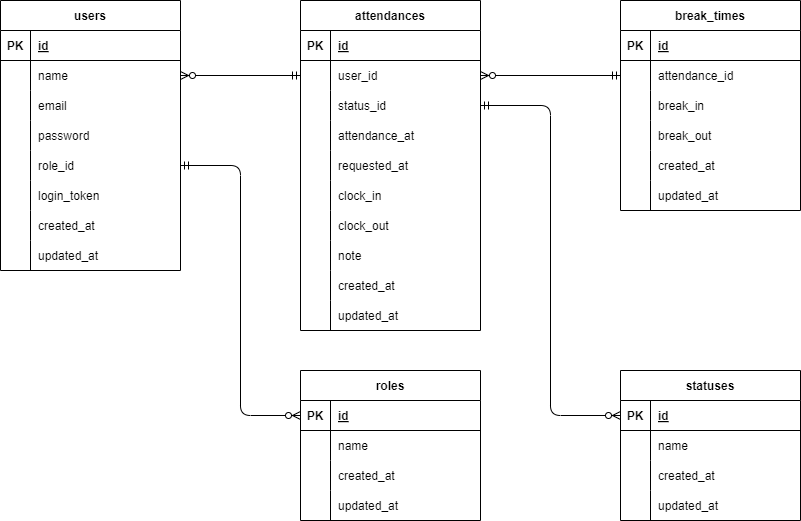
Before: diagram/ER/.drawio.png, a diagram exported from draw.io (Shun-Adachi/coachtech-attendance-management). Source tidied: cells renumbered, new cells last; positions are measured from the earlier drawing's top-left corner, leaving out a move shared by most shapes.
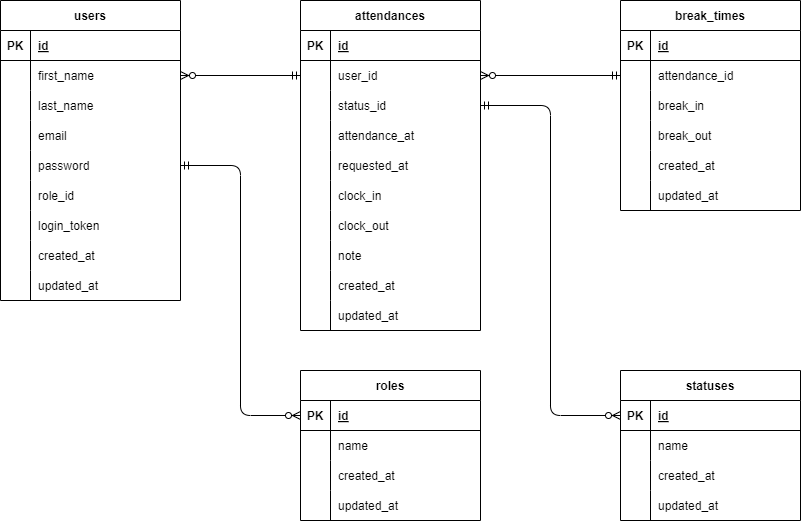
Above is the later version.

What changed in the source:
```diff
@@ -3,7 +3,7 @@
     <mxCell id="0" />
     <mxCell id="1" parent="0" />
     <mxCell id="2" value="users" style="shape=table;startSize=30;rowLines=0;fontStyle=1;align=center;" parent="1" vertex="1">
-      <mxGeometry width="180" height="270" as="geometry" />
+      <mxGeometry width="180" height="300" as="geometry" />
     </mxCell>
     <mxCell id="3" style="shape=tableRow;horizontal=0;startSize=0;swimlaneHead=0;swimlaneBody=0;fillColor=none;top=0;left=0;right=0;bottom=1;" parent="2" vertex="1">
       <mxGeometry y="30" width="180" height="30" as="geometry" />
@@ -20,7 +20,7 @@
     <mxCell id="7" style="shape=partialRectangle;fillColor=none;top=0;left=0;bottom=0;right=0;overflow=hidden;" parent="6" vertex="1">
       <mxGeometry width="30" height="30" as="geometry" />
     </mxCell>
-    <mxCell id="8" value="name" style="shape=partialRectangle;fillColor=none;top=0;left=0;bottom=0;right=0;align=left;spacingLeft=6;overflow=hidden;" parent="6" vertex="1">
+    <mxCell id="8" value="first_name" style="shape=partialRectangle;fillColor=none;top=0;left=0;bottom=0;right=0;align=left;spacingLeft=6;overflow=hidden;" parent="6" vertex="1">
       <mxGeometry x="30" width="150" height="30" as="geometry" />
     </mxCell>
     <mxCell id="9" style="shape=tableRow;horizontal=0;startSize=0;swimlaneHead=0;swimlaneBody=0;fillColor=none;top=0;left=0;right=0;bottom=0;" parent="2" vertex="1">
@@ -29,7 +29,7 @@
     <mxCell id="10" style="shape=partialRectangle;fillColor=none;top=0;left=0;bottom=0;right=0;overflow=hidden;" parent="9" vertex="1">
       <mxGeometry width="30" height="30" as="geometry" />
     </mxCell>
-    <mxCell id="11" value="email" style="shape=partialRectangle;fillColor=none;top=0;left=0;bottom=0;right=0;align=left;spacingLeft=6;overflow=hidden;" parent="9" vertex="1">
+    <mxCell id="11" value="last_name" style="shape=partialRectangle;fillColor=none;top=0;left=0;bottom=0;right=0;align=left;spacingLeft=6;overflow=hidden;" parent="9" vertex="1">
       <mxGeometry x="30" width="150" height="30" as="geometry" />
     </mxCell>
     <mxCell id="12" style="shape=tableRow;horizontal=0;startSize=0;swimlaneHead=0;swimlaneBody=0;fillColor=none;top=0;left=0;right=0;bottom=0;" parent="2" vertex="1">
@@ -38,7 +38,7 @@
     <mxCell id="13" style="shape=partialRectangle;fillColor=none;top=0;left=0;bottom=0;right=0;overflow=hidden;" parent="12" vertex="1">
       <mxGeometry width="30" height="30" as="geometry" />
     </mxCell>
-    <mxCell id="14" value="password" style="shape=partialRectangle;fillColor=none;top=0;left=0;bottom=0;right=0;align=left;spacingLeft=6;overflow=hidden;" parent="12" vertex="1">
+    <mxCell id="14" value="email" style="shape=partialRectangle;fillColor=none;top=0;left=0;bottom=0;right=0;align=left;spacingLeft=6;overflow=hidden;" parent="12" vertex="1">
       <mxGeometry x="30" width="150" height="30" as="geometry" />
     </mxCell>
     <mxCell id="15" style="shape=tableRow;horizontal=0;startSize=0;swimlaneHead=0;swimlaneBody=0;fillColor=none;points=[[0,0.5],[1,0.5]];portConstraint=eastwest;top=0;left=0;right=0;bottom=0;" parent="2" vertex="1">
@@ -47,7 +47,7 @@
     <mxCell id="16" style="shape=partialRectangle;fillColor=none;top=0;left=0;bottom=0;right=0;overflow=hidden;" parent="15" vertex="1">
       <mxGeometry width="30" height="30" as="geometry" />
     </mxCell>
-    <mxCell id="17" value="role_id" style="shape=partialRectangle;fillColor=none;top=0;left=0;bottom=0;right=0;align=left;spacingLeft=6;overflow=hidden;" parent="15" vertex="1">
+    <mxCell id="17" value="password" style="shape=partialRectangle;fillColor=none;top=0;left=0;bottom=0;right=0;align=left;spacingLeft=6;overflow=hidden;" parent="15" vertex="1">
       <mxGeometry x="30" width="150" height="30" as="geometry" />
     </mxCell>
     <mxCell id="18" style="shape=tableRow;horizontal=0;startSize=0;swimlaneHead=0;swimlaneBody=0;fillColor=none;top=0;left=0;right=0;bottom=0;" parent="2" vertex="1">
@@ -56,7 +56,7 @@
     <mxCell id="19" style="shape=partialRectangle;fillColor=none;top=0;left=0;bottom=0;right=0;overflow=hidden;" parent="18" vertex="1">
       <mxGeometry width="30" height="30" as="geometry" />
     </mxCell>
-    <mxCell id="20" value="login_token" style="shape=partialRectangle;fillColor=none;top=0;left=0;bottom=0;right=0;align=left;spacingLeft=6;overflow=hidden;" parent="18" vertex="1">
+    <mxCell id="20" value="role_id" style="shape=partialRectangle;fillColor=none;top=0;left=0;bottom=0;right=0;align=left;spacingLeft=6;overflow=hidden;" parent="18" vertex="1">
       <mxGeometry x="30" width="150" height="30" as="geometry" />
     </mxCell>
     <mxCell id="21" style="shape=tableRow;horizontal=0;startSize=0;swimlaneHead=0;swimlaneBody=0;fillColor=none;top=0;left=0;right=0;bottom=0;" parent="2" vertex="1">
@@ -65,7 +65,7 @@
     <mxCell id="22" style="shape=partialRectangle;fillColor=none;top=0;left=0;bottom=0;right=0;overflow=hidden;" parent="21" vertex="1">
       <mxGeometry width="30" height="30" as="geometry" />
     </mxCell>
-    <mxCell id="23" value="created_at" style="shape=partialRectangle;fillColor=none;top=0;left=0;bottom=0;right=0;align=left;spacingLeft=6;overflow=hidden;" parent="21" vertex="1">
+    <mxCell id="23" value="login_token" style="shape=partialRectangle;fillColor=none;top=0;left=0;bottom=0;right=0;align=left;spacingLeft=6;overflow=hidden;" parent="21" vertex="1">
       <mxGeometry x="30" width="150" height="30" as="geometry" />
     </mxCell>
     <mxCell id="24" style="shape=tableRow;horizontal=0;startSize=0;swimlaneHead=0;swimlaneBody=0;fillColor=none;top=0;left=0;right=0;bottom=0;" parent="2" vertex="1">
@@ -74,9 +74,18 @@
     <mxCell id="25" style="shape=partialRectangle;fillColor=none;top=0;left=0;bottom=0;right=0;overflow=hidden;" parent="24" vertex="1">
       <mxGeometry width="30" height="30" as="geometry" />
     </mxCell>
-    <mxCell id="26" value="updated_at" style="shape=partialRectangle;fillColor=none;top=0;left=0;bottom=0;right=0;align=left;spacingLeft=6;overflow=hidden;" parent="24" vertex="1">
+    <mxCell id="26" value="created_at" style="shape=partialRectangle;fillColor=none;top=0;left=0;bottom=0;right=0;align=left;spacingLeft=6;overflow=hidden;" parent="24" vertex="1">
       <mxGeometry x="30" width="150" height="30" as="geometry" />
     </mxCell>
+    <mxCell id="107" style="shape=tableRow;horizontal=0;startSize=0;swimlaneHead=0;swimlaneBody=0;fillColor=none;top=0;left=0;right=0;bottom=0;" parent="2" vertex="1">
+      <mxGeometry y="270" width="180" height="30" as="geometry" />
+    </mxCell>
+    <mxCell id="108" style="shape=partialRectangle;fillColor=none;top=0;left=0;bottom=0;right=0;overflow=hidden;" parent="107" vertex="1">
+      <mxGeometry width="30" height="30" as="geometry" />
+    </mxCell>
+    <mxCell id="109" value="updated_at" style="shape=partialRectangle;fillColor=none;top=0;left=0;bottom=0;right=0;align=left;spacingLeft=6;overflow=hidden;" parent="107" vertex="1">
+      <mxGeometry x="30" width="150" height="30" as="geometry" />
+    </mxCell>
     <mxCell id="27" value="statuses" style="shape=table;startSize=30;rowLines=0;fontStyle=1;align=center;" parent="1" vertex="1">
       <mxGeometry x="620" y="370" width="180" height="150" as="geometry" />
     </mxCell>
```
